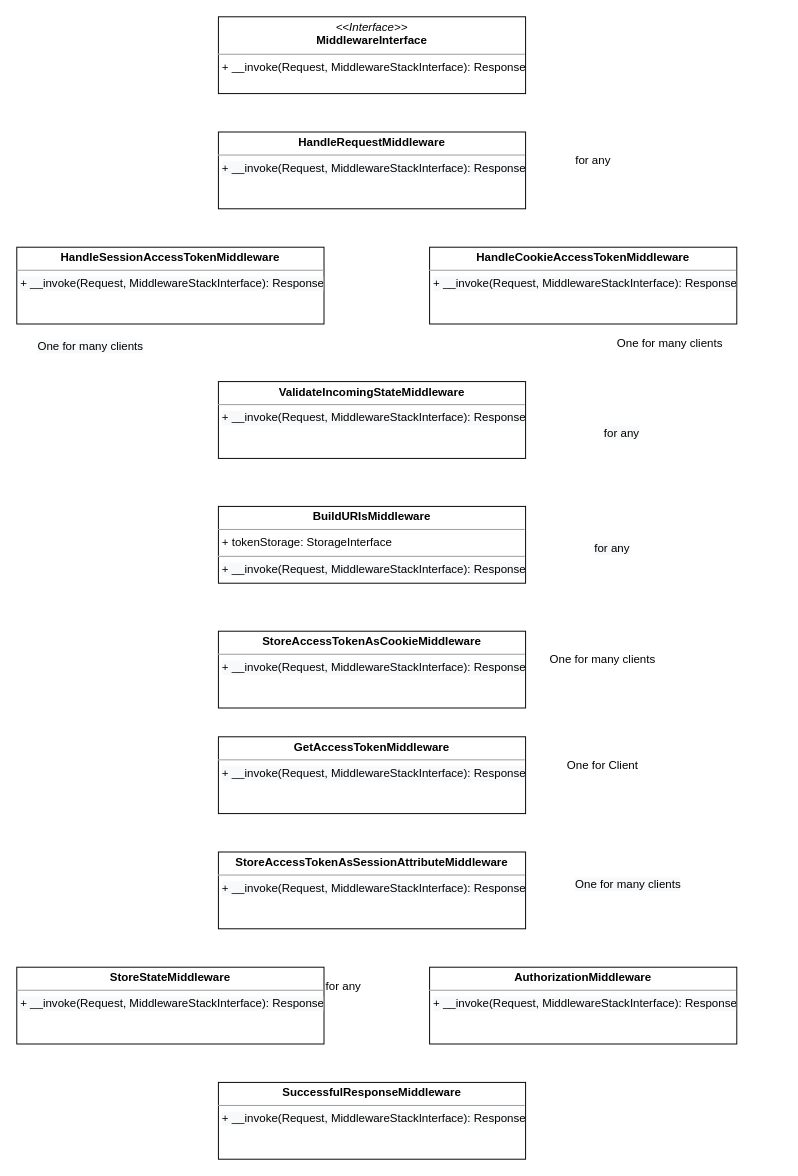
The draw.io diagram page "middleware" (1 of 4) of oauth.drawio in andrzej-pakula/oauth-api-connector-bundle, before the edit. Source tidied: cells renumbered, new cells numbered last; positions are measured from the earlier drawing's top-left corner, leaving out a move shared by most shapes. Both pictures are drawn from the tidied source at 96%, with x=0, y=0 at pixel (16, 16).
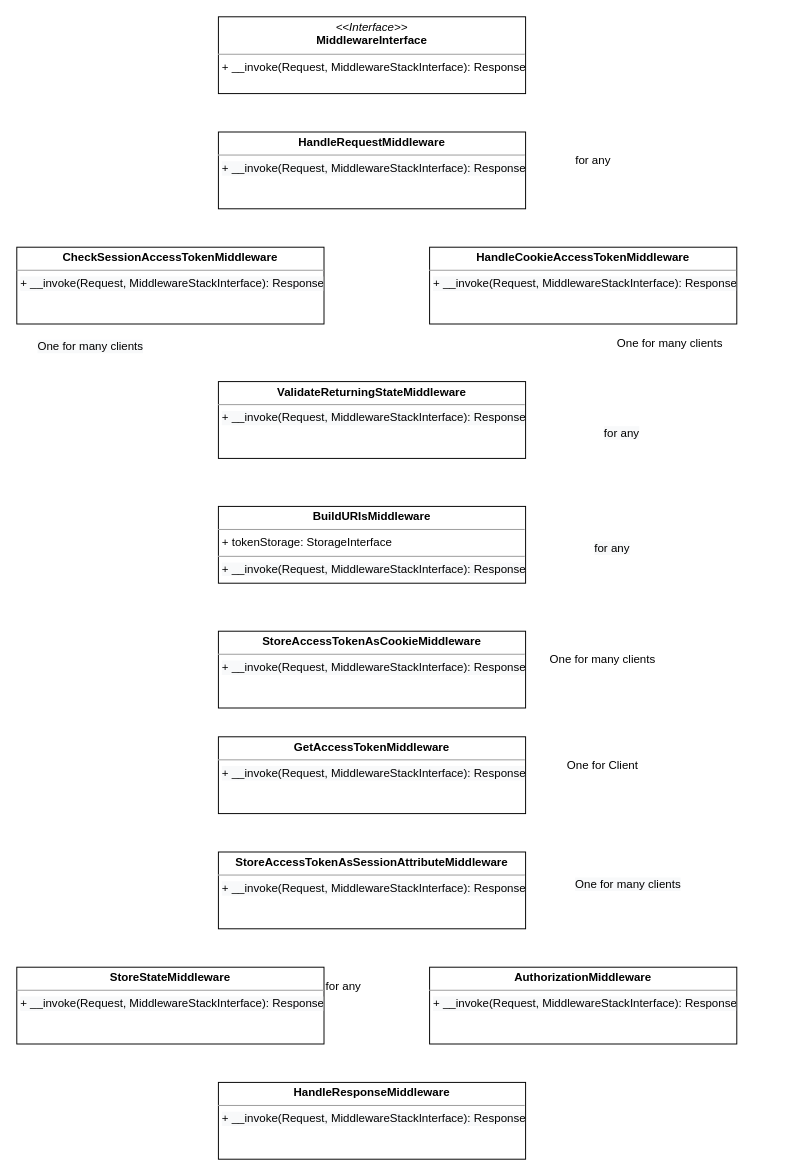
Above is the later version.

The edit, as a diff of the source:
```diff
@@
-    <mxCell id="8" value="&lt;p style=&quot;margin: 0px ; margin-top: 4px ; text-align: center&quot;&gt;&lt;b&gt;SuccessfulResponseMiddleware&lt;/b&gt;&lt;/p&gt;&lt;hr size=&quot;1&quot;&gt;&lt;p style=&quot;margin: 0px ; margin-left: 4px&quot;&gt;&lt;/p&gt;&lt;p style=&quot;margin: 0px ; margin-left: 4px&quot;&gt;&lt;span style=&quot;color: rgb(0 , 0 , 0) ; font-family: &amp;#34;helvetica&amp;#34; ; font-size: 12px ; font-style: normal ; font-weight: 400 ; letter-spacing: normal ; text-align: left ; text-indent: 0px ; text-transform: none ; word-spacing: 0px ; background-color: rgb(248 , 249 , 250) ; float: none ; display: inline&quot;&gt;&lt;/span&gt;&lt;/p&gt;&lt;p style=&quot;color: rgb(0 , 0 , 0) ; font-family: &amp;#34;helvetica&amp;#34; ; font-size: 12px ; font-style: normal ; font-weight: 400 ; letter-spacing: normal ; text-align: left ; text-indent: 0px ; text-transform: none ; word-spacing: 0px ; background-color: rgb(248 , 249 , 250) ; margin: 0px 0px 0px 4px&quot;&gt;&lt;/p&gt;&lt;p style=&quot;color: rgb(0 , 0 , 0) ; font-family: &amp;#34;helvetica&amp;#34; ; font-size: 12px ; font-style: normal ; font-weight: 400 ; letter-spacing: normal ; text-align: left ; text-indent: 0px ; text-transform: none ; word-spacing: 0px ; background-color: rgb(248 , 249 , 250) ; margin: 0px 0px 0px 4px&quot;&gt;&lt;span&gt;+ __invoke(&lt;/span&gt;Request&lt;span&gt;, MiddlewareStackInterface): Response&lt;/span&gt;&lt;/p&gt;" style="verticalAlign=top;align=left;overflow=fill;fontSize=12;fontFamily=Helvetica;html=1;" parent="1" vertex="1">
+    <mxCell id="8" value="&lt;p style=&quot;margin: 0px ; margin-top: 4px ; text-align: center&quot;&gt;&lt;b&gt;HandleResponseMiddleware&lt;/b&gt;&lt;/p&gt;&lt;hr size=&quot;1&quot;&gt;&lt;p style=&quot;margin: 0px ; margin-left: 4px&quot;&gt;&lt;/p&gt;&lt;p style=&quot;margin: 0px ; margin-left: 4px&quot;&gt;&lt;span style=&quot;color: rgb(0 , 0 , 0) ; font-family: &amp;#34;helvetica&amp;#34; ; font-size: 12px ; font-style: normal ; font-weight: 400 ; letter-spacing: normal ; text-align: left ; text-indent: 0px ; text-transform: none ; word-spacing: 0px ; background-color: rgb(248 , 249 , 250) ; float: none ; display: inline&quot;&gt;&lt;/span&gt;&lt;/p&gt;&lt;p style=&quot;color: rgb(0 , 0 , 0) ; font-family: &amp;#34;helvetica&amp;#34; ; font-size: 12px ; font-style: normal ; font-weight: 400 ; letter-spacing: normal ; text-align: left ; text-indent: 0px ; text-transform: none ; word-spacing: 0px ; background-color: rgb(248 , 249 , 250) ; margin: 0px 0px 0px 4px&quot;&gt;&lt;/p&gt;&lt;p style=&quot;color: rgb(0 , 0 , 0) ; font-family: &amp;#34;helvetica&amp;#34; ; font-size: 12px ; font-style: normal ; font-weight: 400 ; letter-spacing: normal ; text-align: left ; text-indent: 0px ; text-transform: none ; word-spacing: 0px ; background-color: rgb(248 , 249 , 250) ; margin: 0px 0px 0px 4px&quot;&gt;&lt;span&gt;+ __invoke(&lt;/span&gt;Request&lt;span&gt;, MiddlewareStackInterface): Response&lt;/span&gt;&lt;/p&gt;" style="verticalAlign=top;align=left;overflow=fill;fontSize=12;fontFamily=Helvetica;html=1;" parent="1" vertex="1">
       <mxGeometry x="210" y="1110" width="320" height="80" as="geometry" />
     </mxCell>
-    <mxCell id="9" value="&lt;p style=&quot;margin: 0px ; margin-top: 4px ; text-align: center&quot;&gt;&lt;b&gt;HandleSessionAccessTokenMiddleware&lt;/b&gt;&lt;/p&gt;&lt;hr size=&quot;1&quot;&gt;&lt;p style=&quot;margin: 0px ; margin-left: 4px&quot;&gt;&lt;/p&gt;&lt;p style=&quot;margin: 0px ; margin-left: 4px&quot;&gt;&lt;span style=&quot;color: rgb(0 , 0 , 0) ; font-family: &amp;#34;helvetica&amp;#34; ; font-size: 12px ; font-style: normal ; font-weight: 400 ; letter-spacing: normal ; text-align: left ; text-indent: 0px ; text-transform: none ; word-spacing: 0px ; background-color: rgb(248 , 249 , 250) ; float: none ; display: inline&quot;&gt;&lt;/span&gt;&lt;/p&gt;&lt;p style=&quot;color: rgb(0 , 0 , 0) ; font-family: &amp;#34;helvetica&amp;#34; ; font-size: 12px ; font-style: normal ; letter-spacing: normal ; text-align: left ; text-indent: 0px ; text-transform: none ; word-spacing: 0px ; background-color: rgb(248 , 249 , 250) ; margin: 0px 0px 0px 4px ; font-weight: 400&quot;&gt;&lt;span&gt;+ __invoke(&lt;/span&gt;Request&lt;span&gt;,&amp;nbsp;&lt;/span&gt;MiddlewareStackInterface&lt;span&gt;): Response&lt;/span&gt;&lt;/p&gt;" style="verticalAlign=top;align=left;overflow=fill;fontSize=12;fontFamily=Helvetica;html=1;" parent="1" vertex="1">
+    <mxCell id="9" value="&lt;p style=&quot;margin: 0px ; margin-top: 4px ; text-align: center&quot;&gt;&lt;b&gt;CheckSessionAccessTokenMiddleware&lt;/b&gt;&lt;/p&gt;&lt;hr size=&quot;1&quot;&gt;&lt;p style=&quot;margin: 0px ; margin-left: 4px&quot;&gt;&lt;/p&gt;&lt;p style=&quot;margin: 0px ; margin-left: 4px&quot;&gt;&lt;span style=&quot;color: rgb(0 , 0 , 0) ; font-family: &amp;#34;helvetica&amp;#34; ; font-size: 12px ; font-style: normal ; font-weight: 400 ; letter-spacing: normal ; text-align: left ; text-indent: 0px ; text-transform: none ; word-spacing: 0px ; background-color: rgb(248 , 249 , 250) ; float: none ; display: inline&quot;&gt;&lt;/span&gt;&lt;/p&gt;&lt;p style=&quot;color: rgb(0 , 0 , 0) ; font-family: &amp;#34;helvetica&amp;#34; ; font-size: 12px ; font-style: normal ; letter-spacing: normal ; text-align: left ; text-indent: 0px ; text-transform: none ; word-spacing: 0px ; background-color: rgb(248 , 249 , 250) ; margin: 0px 0px 0px 4px ; font-weight: 400&quot;&gt;&lt;span&gt;+ __invoke(&lt;/span&gt;Request&lt;span&gt;,&amp;nbsp;&lt;/span&gt;MiddlewareStackInterface&lt;span&gt;): Response&lt;/span&gt;&lt;/p&gt;" style="verticalAlign=top;align=left;overflow=fill;fontSize=12;fontFamily=Helvetica;html=1;" parent="1" vertex="1">
       <mxGeometry y="240" width="320" height="80" as="geometry" />
     </mxCell>
@@
-    <mxCell id="11" value="&lt;p style=&quot;margin: 0px ; margin-top: 4px ; text-align: center&quot;&gt;&lt;b&gt;ValidateIncomingStateMiddleware&lt;/b&gt;&lt;/p&gt;&lt;hr size=&quot;1&quot;&gt;&lt;p style=&quot;margin: 0px ; margin-left: 4px&quot;&gt;&lt;/p&gt;&lt;p style=&quot;margin: 0px ; margin-left: 4px&quot;&gt;&lt;span style=&quot;color: rgb(0 , 0 , 0) ; font-family: &amp;#34;helvetica&amp;#34; ; font-size: 12px ; font-style: normal ; font-weight: 400 ; letter-spacing: normal ; text-align: left ; text-indent: 0px ; text-transform: none ; word-spacing: 0px ; background-color: rgb(248 , 249 , 250) ; float: none ; display: inline&quot;&gt;&lt;/span&gt;&lt;/p&gt;&lt;p style=&quot;color: rgb(0 , 0 , 0) ; font-family: &amp;#34;helvetica&amp;#34; ; font-size: 12px ; font-style: normal ; font-weight: 400 ; letter-spacing: normal ; text-align: left ; text-indent: 0px ; text-transform: none ; word-spacing: 0px ; background-color: rgb(248 , 249 , 250) ; margin: 0px 0px 0px 4px&quot;&gt;&lt;span&gt;+ __invoke(&lt;/span&gt;Request&lt;span&gt;,&amp;nbsp;&lt;/span&gt;MiddlewareStackInterface&lt;span&gt;): Response&lt;/span&gt;&lt;/p&gt;" style="verticalAlign=top;align=left;overflow=fill;fontSize=12;fontFamily=Helvetica;html=1;" parent="1" vertex="1">
+    <mxCell id="11" value="&lt;p style=&quot;margin: 0px ; margin-top: 4px ; text-align: center&quot;&gt;&lt;b&gt;ValidateReturningStateMiddleware&lt;/b&gt;&lt;/p&gt;&lt;hr size=&quot;1&quot;&gt;&lt;p style=&quot;margin: 0px ; margin-left: 4px&quot;&gt;&lt;/p&gt;&lt;p style=&quot;margin: 0px ; margin-left: 4px&quot;&gt;&lt;span style=&quot;color: rgb(0 , 0 , 0) ; font-family: &amp;#34;helvetica&amp;#34; ; font-size: 12px ; font-style: normal ; font-weight: 400 ; letter-spacing: normal ; text-align: left ; text-indent: 0px ; text-transform: none ; word-spacing: 0px ; background-color: rgb(248 , 249 , 250) ; float: none ; display: inline&quot;&gt;&lt;/span&gt;&lt;/p&gt;&lt;p style=&quot;color: rgb(0 , 0 , 0) ; font-family: &amp;#34;helvetica&amp;#34; ; font-size: 12px ; font-style: normal ; font-weight: 400 ; letter-spacing: normal ; text-align: left ; text-indent: 0px ; text-transform: none ; word-spacing: 0px ; background-color: rgb(248 , 249 , 250) ; margin: 0px 0px 0px 4px&quot;&gt;&lt;span&gt;+ __invoke(&lt;/span&gt;Request&lt;span&gt;,&amp;nbsp;&lt;/span&gt;MiddlewareStackInterface&lt;span&gt;): Response&lt;/span&gt;&lt;/p&gt;" style="verticalAlign=top;align=left;overflow=fill;fontSize=12;fontFamily=Helvetica;html=1;" parent="1" vertex="1">
       <mxGeometry x="210" y="380" width="320" height="80" as="geometry" />
     </mxCell>
```
